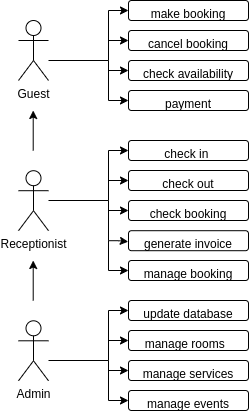
pomjak/ids keeps this draw.io diagram as use_case.png. Above is the earlier version. Source tidied: cells renumbered, new cells last; positions are measured from the earlier drawing's top-left corner, leaving out a move shared by most shapes.
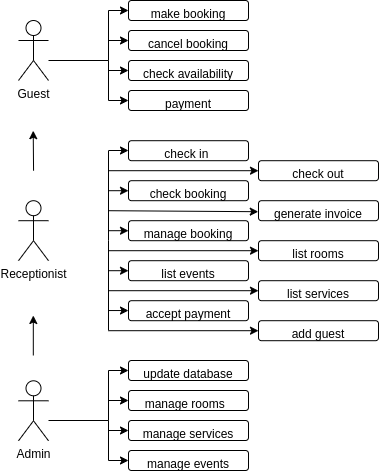
After the commit.

The edit, as a diff of the source:
```diff
@@ -2,169 +2,205 @@
   <root>
     <mxCell id="0" />
     <mxCell id="1" parent="0" />
-    <mxCell id="2" style="edgeStyle=orthogonalEdgeStyle;rounded=0;jettySize=auto;html=1;" parent="1" edge="1" source="3" target="6">
+    <mxCell id="2" style="edgeStyle=orthogonalEdgeStyle;rounded=0;jettySize=auto;html=1;" parent="1" edge="1" target="6">
       <mxGeometry relative="1" as="geometry">
+        <mxPoint x="30" y="90" as="sourcePoint" />
         <Array as="points">
-          <mxPoint x="90" y="60" />
-          <mxPoint x="90" y="10" />
+          <mxPoint x="90" y="90" />
+          <mxPoint x="90" y="40" />
         </Array>
       </mxGeometry>
     </mxCell>
     <mxCell id="3" value="Guest" style="shape=umlActor;verticalLabelPosition=bottom;verticalAlign=top;html=1;outlineConnect=0;" parent="1" vertex="1">
-      <mxGeometry y="20" width="30" height="60" as="geometry" />
+      <mxGeometry y="50" width="30" height="60" as="geometry" />
     </mxCell>
     <mxCell id="4" value="Receptionist" style="shape=umlActor;verticalLabelPosition=bottom;verticalAlign=top;html=1;" parent="1" vertex="1">
-      <mxGeometry y="170.2" width="30" height="60" as="geometry" />
+      <mxGeometry y="230.2" width="30" height="60" as="geometry" />
     </mxCell>
     <mxCell id="5" value="Admin" style="shape=umlActor;verticalLabelPosition=bottom;verticalAlign=top;html=1;" parent="1" vertex="1">
-      <mxGeometry y="320.3" width="30" height="60" as="geometry" />
+      <mxGeometry y="410.3" width="30" height="60" as="geometry" />
     </mxCell>
     <mxCell id="6" value="make booking" style="rounded=1;whiteSpace=wrap;html=1;verticalAlign=top;" parent="1" vertex="1">
-      <mxGeometry x="110" width="120" height="20" as="geometry" />
+      <mxGeometry x="110" y="30" width="120" height="20" as="geometry" />
     </mxCell>
     <mxCell id="7" value="cancel booking" style="rounded=1;whiteSpace=wrap;html=1;verticalAlign=top;" parent="1" vertex="1">
-      <mxGeometry x="110" y="30" width="120" height="20" as="geometry" />
+      <mxGeometry x="110" y="60" width="120" height="20" as="geometry" />
     </mxCell>
     <mxCell id="8" value="check availability" style="rounded=1;whiteSpace=wrap;html=1;verticalAlign=top;" parent="1" vertex="1">
-      <mxGeometry x="110" y="60" width="120" height="20" as="geometry" />
+      <mxGeometry x="110" y="90" width="120" height="20" as="geometry" />
     </mxCell>
     <mxCell id="9" value="payment" style="rounded=1;whiteSpace=wrap;html=1;verticalAlign=top;" parent="1" vertex="1">
-      <mxGeometry x="110" y="90" width="120" height="20" as="geometry" />
+      <mxGeometry x="110" y="120" width="120" height="20" as="geometry" />
     </mxCell>
     <mxCell id="10" style="endArrow=classic;html=1;rounded=0;entryX=0;entryY=0.5;entryDx=0;entryDy=0;endFill=1;" parent="1" edge="1" target="7">
       <mxGeometry relative="1" as="geometry">
-        <mxPoint x="90" y="40" as="sourcePoint" />
+        <mxPoint x="90" y="70" as="sourcePoint" />
       </mxGeometry>
     </mxCell>
     <mxCell id="11" style="endArrow=classic;html=1;rounded=0;entryX=0;entryY=0.5;entryDx=0;entryDy=0;endFill=1;" parent="1" edge="1" target="8">
       <mxGeometry relative="1" as="geometry">
-        <mxPoint x="90" y="70" as="sourcePoint" />
+        <mxPoint x="90" y="100" as="sourcePoint" />
       </mxGeometry>
     </mxCell>
     <mxCell id="12" style="endArrow=classic;html=1;rounded=0;entryX=0;entryY=0.5;entryDx=0;entryDy=0;endFill=1;" parent="1" edge="1" target="9">
       <mxGeometry relative="1" as="geometry">
-        <mxPoint x="90" y="100" as="sourcePoint" />
+        <mxPoint x="90" y="130" as="sourcePoint" />
       </mxGeometry>
     </mxCell>
     <mxCell id="13" style="endArrow=none;html=1;rounded=0;" parent="1" edge="1">
       <mxGeometry relative="1" as="geometry">
-        <mxPoint x="90" y="100" as="sourcePoint" />
-        <mxPoint x="90" y="60" as="targetPoint" />
+        <mxPoint x="90" y="130" as="sourcePoint" />
+        <mxPoint x="90" y="90" as="targetPoint" />
       </mxGeometry>
     </mxCell>
-    <mxCell id="14" style="edgeStyle=orthogonalEdgeStyle;rounded=0;jettySize=auto;html=1;" parent="1" edge="1" target="15">
-      <mxGeometry relative="1" as="geometry">
-        <mxPoint x="30" y="200" as="sourcePoint" />
-        <Array as="points">
-          <mxPoint x="90" y="200" />
-          <mxPoint x="90" y="150" />
-        </Array>
-      </mxGeometry>
-    </mxCell>
     <mxCell id="15" value="check in&lt;span style=&quot;white-space: pre;&quot;&gt; &lt;/span&gt;" style="rounded=1;whiteSpace=wrap;html=1;verticalAlign=top;" parent="1" vertex="1">
-      <mxGeometry x="110" y="140" width="120" height="20" as="geometry" />
+      <mxGeometry x="110" y="170.2" width="120" height="20" as="geometry" />
     </mxCell>
     <mxCell id="16" value="check out" style="rounded=1;whiteSpace=wrap;html=1;verticalAlign=top;" parent="1" vertex="1">
-      <mxGeometry x="110" y="170" width="120" height="20" as="geometry" />
+      <mxGeometry x="240" y="190.2" width="120" height="20" as="geometry" />
     </mxCell>
     <mxCell id="17" value="check booking" style="rounded=1;whiteSpace=wrap;html=1;verticalAlign=top;" parent="1" vertex="1">
-      <mxGeometry x="110" y="200" width="120" height="20" as="geometry" />
+      <mxGeometry x="110" y="210.2" width="120" height="20" as="geometry" />
     </mxCell>
     <mxCell id="18" style="endArrow=classic;html=1;rounded=0;entryX=0;entryY=0.5;entryDx=0;entryDy=0;endFill=1;" parent="1" edge="1" target="16">
       <mxGeometry relative="1" as="geometry">
-        <mxPoint x="90" y="180" as="sourcePoint" />
+        <mxPoint x="90" y="200.2" as="sourcePoint" />
       </mxGeometry>
     </mxCell>
     <mxCell id="19" style="endArrow=classic;html=1;rounded=0;entryX=0;entryY=0.5;entryDx=0;entryDy=0;endFill=1;" parent="1" edge="1" target="17">
       <mxGeometry relative="1" as="geometry">
-        <mxPoint x="90" y="210" as="sourcePoint" />
+        <mxPoint x="90" y="220.2" as="sourcePoint" />
       </mxGeometry>
     </mxCell>
     <mxCell id="20" style="endArrow=none;html=1;rounded=0;" parent="1" edge="1">
       <mxGeometry relative="1" as="geometry">
-        <mxPoint x="90" y="240" as="sourcePoint" />
-        <mxPoint x="90" y="200" as="targetPoint" />
+        <mxPoint x="90" y="270.2" as="sourcePoint" />
+        <mxPoint x="90" y="180.2" as="targetPoint" />
       </mxGeometry>
     </mxCell>
     <mxCell id="21" style="edgeStyle=orthogonalEdgeStyle;rounded=0;jettySize=auto;html=1;" parent="1" edge="1" target="22">
       <mxGeometry relative="1" as="geometry">
-        <mxPoint x="30" y="360" as="sourcePoint" />
+        <mxPoint x="30" y="450" as="sourcePoint" />
         <Array as="points">
-          <mxPoint x="90" y="360" />
-          <mxPoint x="90" y="310" />
+          <mxPoint x="90" y="450" />
+          <mxPoint x="90" y="400" />
         </Array>
       </mxGeometry>
     </mxCell>
     <mxCell id="22" value="update database" style="rounded=1;whiteSpace=wrap;html=1;verticalAlign=top;" parent="1" vertex="1">
-      <mxGeometry x="110" y="300" width="120" height="20" as="geometry" />
+      <mxGeometry x="110" y="390" width="120" height="20" as="geometry" />
     </mxCell>
     <mxCell id="23" value="manage rooms&amp;nbsp;&amp;nbsp;" style="rounded=1;whiteSpace=wrap;html=1;verticalAlign=top;" parent="1" vertex="1">
-      <mxGeometry x="110" y="330" width="120" height="20" as="geometry" />
+      <mxGeometry x="110" y="420" width="120" height="20" as="geometry" />
     </mxCell>
     <mxCell id="24" value="manage services" style="rounded=1;whiteSpace=wrap;html=1;verticalAlign=top;" parent="1" vertex="1">
-      <mxGeometry x="110" y="360" width="120" height="20" as="geometry" />
+      <mxGeometry x="110" y="450" width="120" height="20" as="geometry" />
     </mxCell>
     <mxCell id="25" style="endArrow=classic;html=1;rounded=0;entryX=0;entryY=0.5;entryDx=0;entryDy=0;endFill=1;" parent="1" edge="1" target="23">
       <mxGeometry relative="1" as="geometry">
-        <mxPoint x="90" y="340" as="sourcePoint" />
+        <mxPoint x="90" y="430" as="sourcePoint" />
       </mxGeometry>
     </mxCell>
     <mxCell id="26" style="endArrow=classic;html=1;rounded=0;entryX=0;entryY=0.5;entryDx=0;entryDy=0;endFill=1;" parent="1" edge="1" target="24">
       <mxGeometry relative="1" as="geometry">
-        <mxPoint x="90" y="370" as="sourcePoint" />
+        <mxPoint x="90" y="460" as="sourcePoint" />
       </mxGeometry>
     </mxCell>
     <mxCell id="27" style="endArrow=classic;html=1;rounded=0;entryX=0;entryY=0.5;entryDx=0;entryDy=0;endFill=1;" parent="1" edge="1">
       <mxGeometry relative="1" as="geometry">
-        <mxPoint x="90" y="400" as="sourcePoint" />
-        <mxPoint x="110" y="400" as="targetPoint" />
+        <mxPoint x="90" y="490" as="sourcePoint" />
+        <mxPoint x="110" y="490" as="targetPoint" />
       </mxGeometry>
     </mxCell>
     <mxCell id="28" style="endArrow=none;html=1;rounded=0;" parent="1" edge="1">
       <mxGeometry relative="1" as="geometry">
-        <mxPoint x="90" y="400" as="sourcePoint" />
-        <mxPoint x="90" y="360" as="targetPoint" />
+        <mxPoint x="90" y="490" as="sourcePoint" />
+        <mxPoint x="90" y="450" as="targetPoint" />
       </mxGeometry>
     </mxCell>
     <mxCell id="29" value="generate invoice" style="rounded=1;whiteSpace=wrap;html=1;verticalAlign=top;" parent="1" vertex="1">
-      <mxGeometry x="110" y="230.2" width="120" height="20" as="geometry" />
+      <mxGeometry x="240" y="230.2" width="120" height="20" as="geometry" />
     </mxCell>
     <mxCell id="30" style="endArrow=classic;html=1;rounded=0;entryX=-0.002;entryY=0.55;entryDx=0;entryDy=0;endFill=1;entryPerimeter=0;" parent="1" edge="1" target="29">
       <mxGeometry relative="1" as="geometry">
         <mxPoint x="90" y="240.2" as="sourcePoint" />
-        <Array as="points">
-          <mxPoint x="100" y="240.2" />
-        </Array>
       </mxGeometry>
     </mxCell>
     <mxCell id="31" value="manage booking" style="rounded=1;whiteSpace=wrap;html=1;verticalAlign=top;" parent="1" vertex="1">
-      <mxGeometry x="110" y="260" width="120" height="20" as="geometry" />
+      <mxGeometry x="110" y="250.2" width="120" height="20" as="geometry" />
     </mxCell>
     <mxCell id="32" style="endArrow=classic;html=1;rounded=0;entryX=0;entryY=0.5;entryDx=0;entryDy=0;endFill=1;" parent="1" edge="1" target="31">
       <mxGeometry relative="1" as="geometry">
-        <mxPoint x="90" y="270" as="sourcePoint" />
+        <mxPoint x="90" y="260.2" as="sourcePoint" />
       </mxGeometry>
     </mxCell>
     <mxCell id="33" style="endArrow=none;html=1;rounded=0;" parent="1" edge="1">
       <mxGeometry relative="1" as="geometry">
-        <mxPoint x="90" y="270" as="sourcePoint" />
-        <mxPoint x="90" y="240" as="targetPoint" />
+        <mxPoint x="90" y="360" as="sourcePoint" />
+        <mxPoint x="90" y="270.2" as="targetPoint" />
       </mxGeometry>
     </mxCell>
     <mxCell id="34" value="manage events" style="rounded=1;whiteSpace=wrap;html=1;verticalAlign=top;" parent="1" vertex="1">
-      <mxGeometry x="110" y="390" width="120" height="20" as="geometry" />
+      <mxGeometry x="110" y="480" width="120" height="20" as="geometry" />
     </mxCell>
     <mxCell id="35" style="endArrow=classic;html=1;rounded=0;endFill=1;" parent="1" edge="1">
       <mxGeometry relative="1" as="geometry">
-        <mxPoint x="14.7" y="150" as="sourcePoint" />
-        <mxPoint x="14.7" y="110" as="targetPoint" />
+        <mxPoint x="15.1" y="200.2" as="sourcePoint" />
+        <mxPoint x="14.7" y="160.2" as="targetPoint" />
       </mxGeometry>
     </mxCell>
     <mxCell id="36" style="endArrow=classic;html=1;rounded=0;endFill=1;" parent="1" edge="1">
       <mxGeometry relative="1" as="geometry">
-        <mxPoint x="14.7" y="300" as="sourcePoint" />
-        <mxPoint x="14.7" y="260" as="targetPoint" />
+        <mxPoint x="14.8" y="385" as="sourcePoint" />
+        <mxPoint x="14.8" y="345" as="targetPoint" />
       </mxGeometry>
     </mxCell>
+    <mxCell id="37" value="list rooms" style="rounded=1;whiteSpace=wrap;html=1;verticalAlign=top;" parent="1" vertex="1">
+      <mxGeometry x="240" y="270.2" width="120" height="20" as="geometry" />
+    </mxCell>
+    <mxCell id="38" value="list events" style="rounded=1;whiteSpace=wrap;html=1;verticalAlign=top;" parent="1" vertex="1">
+      <mxGeometry x="110" y="290.2" width="120" height="20" as="geometry" />
+    </mxCell>
+    <mxCell id="39" value="list services" style="rounded=1;whiteSpace=wrap;html=1;verticalAlign=top;" parent="1" vertex="1">
+      <mxGeometry x="240" y="310.2" width="120" height="20" as="geometry" />
+    </mxCell>
+    <mxCell id="40" style="endArrow=classic;html=1;rounded=0;entryX=0;entryY=0.5;entryDx=0;entryDy=0;endFill=1;" parent="1" edge="1" target="38">
+      <mxGeometry relative="1" as="geometry">
+        <mxPoint x="90" y="300.2" as="sourcePoint" />
+      </mxGeometry>
+    </mxCell>
+    <mxCell id="41" style="endArrow=classic;html=1;rounded=0;entryX=0;entryY=0.5;entryDx=0;entryDy=0;endFill=1;" parent="1" edge="1" target="39">
+      <mxGeometry relative="1" as="geometry">
+        <mxPoint x="90" y="320.2" as="sourcePoint" />
+      </mxGeometry>
+    </mxCell>
+    <mxCell id="42" value="accept payment" style="rounded=1;whiteSpace=wrap;html=1;verticalAlign=top;" parent="1" vertex="1">
+      <mxGeometry x="110" y="330.2" width="120" height="20" as="geometry" />
+    </mxCell>
+    <mxCell id="43" style="endArrow=classic;html=1;rounded=0;entryX=0;entryY=0.5;entryDx=0;entryDy=0;endFill=1;" parent="1" edge="1" target="37">
+      <mxGeometry relative="1" as="geometry">
+        <mxPoint x="90" y="280.2" as="sourcePoint" />
+      </mxGeometry>
+    </mxCell>
+    <mxCell id="44" style="endArrow=classic;html=1;rounded=0;entryX=0;entryY=0.5;entryDx=0;entryDy=0;endFill=1;" parent="1" edge="1">
+      <mxGeometry relative="1" as="geometry">
+        <mxPoint x="90" y="180" as="sourcePoint" />
+        <mxPoint x="110" y="180" as="targetPoint" />
+      </mxGeometry>
+    </mxCell>
+    <mxCell id="45" style="endArrow=classic;html=1;rounded=0;entryX=0;entryY=0.5;entryDx=0;entryDy=0;endFill=1;" parent="1" edge="1">
+      <mxGeometry relative="1" as="geometry">
+        <mxPoint x="90" y="340" as="sourcePoint" />
+        <mxPoint x="110" y="340" as="targetPoint" />
+      </mxGeometry>
+    </mxCell>
+    <mxCell id="46" value="add guest" style="rounded=1;whiteSpace=wrap;html=1;verticalAlign=top;" parent="1" vertex="1">
+      <mxGeometry x="240" y="350.2" width="120" height="20" as="geometry" />
+    </mxCell>
+    <mxCell id="47" style="endArrow=classic;html=1;rounded=0;entryX=0;entryY=0.5;entryDx=0;entryDy=0;endFill=1;" parent="1" edge="1" target="46">
+      <mxGeometry relative="1" as="geometry">
+        <mxPoint x="90" y="360.2" as="sourcePoint" />
+      </mxGeometry>
+    </mxCell>
   </root>
 </mxGraphModel>
```
